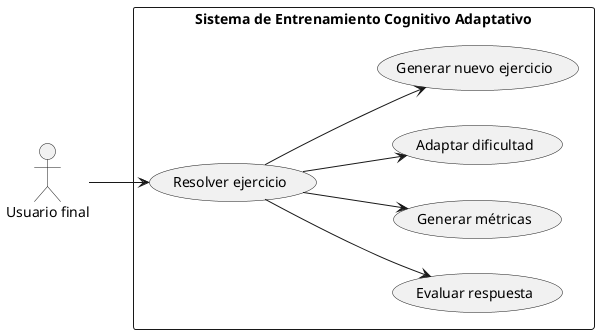
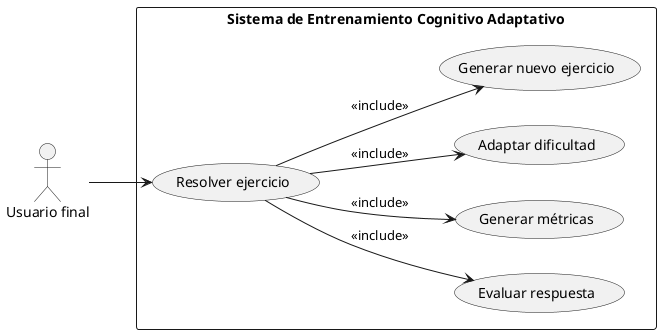
@startuml
left to right direction

actor "Usuario final" as Usuario

rectangle "Sistema de Entrenamiento Cognitivo Adaptativo" {

  usecase "Resolver ejercicio" as CU2
  usecase "Evaluar respuesta" as UC1
  usecase "Generar métricas" as UC2
  usecase "Adaptar dificultad" as UC3
  usecase "Generar nuevo ejercicio" as UC4

-   CU2 --> UC1
-   CU2 --> UC2
-   CU2 --> UC3
-   CU2 --> UC4
+   CU2 --> UC1 : <<include>>
+   CU2 --> UC2 : <<include>>
+   CU2 --> UC3 : <<include>>
+   CU2 --> UC4 : <<include>>
}

Usuario --> CU2

@enduml